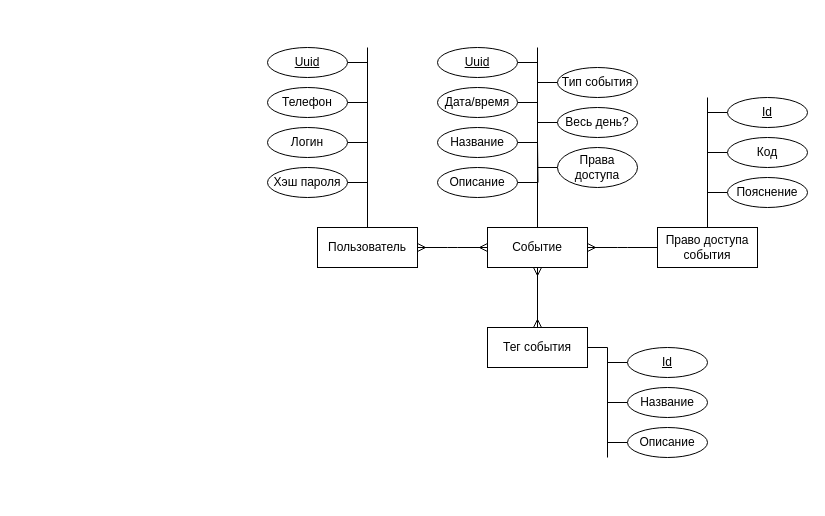
Earlier version of the draw.io diagram docs/diagrams/ER.drawio (AcidYurets/SD). Source tidied: cells renumbered, new cells numbered last; positions are measured from the earlier drawing's top-left corner, leaving out a move shared by most shapes. Both pictures are drawn from the tidied source at 100%, with x=0, y=0 at pixel (267, 47).
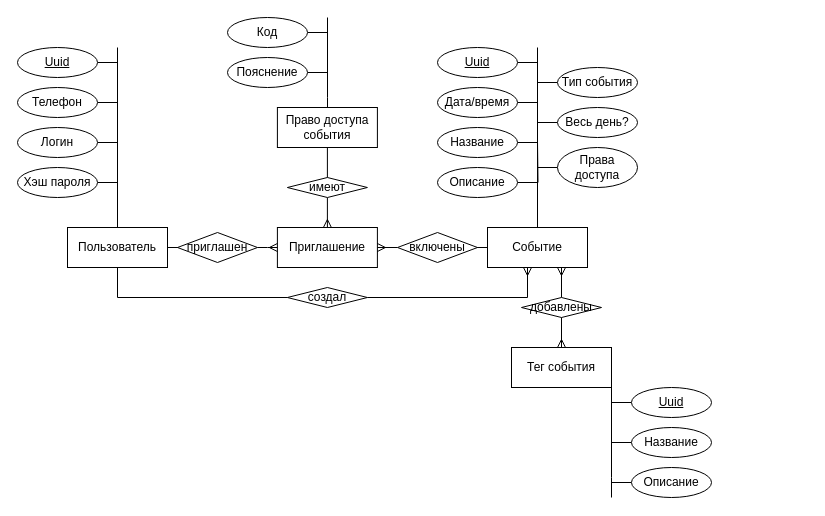
The same page after the edit.

Unchanged cells that the change refers to:
```xml
<mxCell id="5" value="Событие" style="whiteSpace=wrap;html=1;align=center;" parent="1" vertex="1">
  <mxGeometry x="220" y="180" width="100" height="40" as="geometry" />
</mxCell>
```

Diff of the diagram source:
```diff
@@
     <mxCell id="2" style="edgeStyle=orthogonalEdgeStyle;rounded=0;jettySize=auto;html=1;endArrow=none;endFill=0;" parent="1" edge="1" source="3">
       <mxGeometry relative="1" as="geometry">
-        <mxPoint x="100" as="targetPoint" />
+        <mxPoint x="-150" as="targetPoint" />
       </mxGeometry>
     </mxCell>
     <mxCell id="3" value="Пользователь" style="whiteSpace=wrap;html=1;align=center;" parent="1" vertex="1">
-      <mxGeometry x="50" y="180" width="100" height="40" as="geometry" />
+      <mxGeometry x="-200" y="180" width="100" height="40" as="geometry" />
     </mxCell>
@@
-    <mxCell id="6" style="edgeStyle=orthogonalEdgeStyle;rounded=0;jettySize=auto;html=1;endArrow=none;endFill=0;" parent="1" edge="1" source="7">
+    <mxCell id="6" style="edgeStyle=orthogonalEdgeStyle;rounded=0;orthogonalLoop=1;jettySize=auto;html=1;endArrow=none;endFill=0;" parent="1" edge="1">
       <mxGeometry relative="1" as="geometry">
-        <mxPoint x="440" y="50" as="targetPoint" />
+        <mxPoint x="60" y="60" as="sourcePoint" />
+        <mxPoint x="60" y="-30" as="targetPoint" />
+        <Array as="points">
+          <mxPoint x="60" y="50" />
+          <mxPoint x="60" y="50" />
+        </Array>
       </mxGeometry>
     </mxCell>
     <mxCell id="7" value="Право доступа события" style="whiteSpace=wrap;html=1;align=center;" parent="1" vertex="1">
-      <mxGeometry x="390" y="180" width="100" height="40" as="geometry" />
+      <mxGeometry x="9.9" y="60" width="100" height="40" as="geometry" />
     </mxCell>
-    <mxCell id="8" style="edgeStyle=entityRelationEdgeStyle;fontSize=12;html=1;endArrow=ERmany;rounded=0;" parent="1" edge="1" source="7" target="5">
+    <mxCell id="8" style="edgeStyle=orthogonalEdgeStyle;fontSize=12;html=1;endArrow=ERmany;rounded=0;startArrow=none;" parent="1" edge="1" source="59" target="47">
       <mxGeometry relative="1" as="geometry" />
     </mxCell>
     <mxCell id="9" style="edgeStyle=orthogonalEdgeStyle;rounded=0;jettySize=auto;html=1;endArrow=none;endFill=0;" parent="1" edge="1" source="10">
       <mxGeometry relative="1" as="geometry">
-        <mxPoint x="340" y="410" as="targetPoint" />
+        <mxPoint x="344" y="450" as="targetPoint" />
         <Array as="points">
-          <mxPoint x="340" y="300" />
-          <mxPoint x="340" y="410" />
+          <mxPoint x="344" y="430" />
         </Array>
       </mxGeometry>
     </mxCell>
     <mxCell id="10" value="Тег события" style="whiteSpace=wrap;html=1;align=center;" parent="1" vertex="1">
-      <mxGeometry x="220" y="280" width="100" height="40" as="geometry" />
+      <mxGeometry x="244" y="300" width="100" height="40" as="geometry" />
     </mxCell>
-    <mxCell id="11" style="fontSize=12;html=1;endArrow=ERmany;startArrow=ERmany;rounded=0;edgeStyle=orthogonalEdgeStyle;" parent="1" edge="1" source="10" target="5">
-      <mxGeometry relative="1" as="geometry" />
+    <mxCell id="11" style="fontSize=12;html=1;endArrow=ERmany;startArrow=none;rounded=0;edgeStyle=orthogonalEdgeStyle;" parent="1" edge="1" source="57" target="5">
+      <mxGeometry relative="1" as="geometry">
+        <Array as="points">
+          <mxPoint x="290" y="260" />
+          <mxPoint x="290" y="260" />
+        </Array>
+      </mxGeometry>
     </mxCell>
     <mxCell id="12" style="edgeStyle=orthogonalEdgeStyle;rounded=0;jettySize=auto;html=1;endArrow=none;endFill=0;" parent="1" edge="1" source="13">
       <mxGeometry relative="1" as="geometry">
-        <mxPoint x="100" y="55" as="targetPoint" />
+        <mxPoint x="-150" y="55" as="targetPoint" />
       </mxGeometry>
     </mxCell>
     <mxCell id="13" value="Телефон" style="ellipse;whiteSpace=wrap;html=1;align=center;" parent="1" vertex="1">
-      <mxGeometry y="40" width="80" height="30" as="geometry" />
+      <mxGeometry x="-250" y="40" width="80" height="30" as="geometry" />
     </mxCell>
     <mxCell id="14" style="edgeStyle=orthogonalEdgeStyle;rounded=0;jettySize=auto;html=1;endArrow=none;endFill=0;" parent="1" edge="1" source="15">
       <mxGeometry relative="1" as="geometry">
-        <mxPoint x="100" y="15" as="targetPoint" />
+        <mxPoint x="-150" y="15" as="targetPoint" />
       </mxGeometry>
     </mxCell>
     <mxCell id="15" value="Uuid" style="ellipse;whiteSpace=wrap;html=1;align=center;fontStyle=4;" parent="1" vertex="1">
-      <mxGeometry width="80" height="30" as="geometry" />
+      <mxGeometry x="-250" width="80" height="30" as="geometry" />
     </mxCell>
     <mxCell id="16" style="edgeStyle=orthogonalEdgeStyle;rounded=0;jettySize=auto;html=1;endArrow=none;endFill=0;" parent="1" edge="1" source="17">
       <mxGeometry relative="1" as="geometry">
-        <mxPoint x="100" y="95" as="targetPoint" />
+        <mxPoint x="-150" y="95" as="targetPoint" />
       </mxGeometry>
     </mxCell>
     <mxCell id="17" value="Логин" style="ellipse;whiteSpace=wrap;html=1;align=center;" parent="1" vertex="1">
-      <mxGeometry y="80" width="80" height="30" as="geometry" />
+      <mxGeometry x="-250" y="80" width="80" height="30" as="geometry" />
     </mxCell>
     <mxCell id="18" style="edgeStyle=orthogonalEdgeStyle;rounded=0;jettySize=auto;html=1;endArrow=none;endFill=0;" parent="1" edge="1" source="19">
       <mxGeometry relative="1" as="geometry">
-        <mxPoint x="100" y="140" as="targetPoint" />
+        <mxPoint x="-150" y="140" as="targetPoint" />
       </mxGeometry>
     </mxCell>
     <mxCell id="19" value="Хэш пароля" style="ellipse;whiteSpace=wrap;html=1;align=center;" parent="1" vertex="1">
-      <mxGeometry y="120" width="80" height="30" as="geometry" />
+      <mxGeometry x="-250" y="120" width="80" height="30" as="geometry" />
     </mxCell>
@@
-    <mxCell id="32" style="edgeStyle=orthogonalEdgeStyle;rounded=0;jettySize=auto;html=1;endArrow=none;endFill=0;" parent="1" edge="1" source="33">
-      <mxGeometry relative="1" as="geometry">
-        <mxPoint x="440" y="65" as="targetPoint" />
-      </mxGeometry>
-    </mxCell>
-    <mxCell id="33" value="Id" style="ellipse;whiteSpace=wrap;html=1;align=center;fontStyle=4;" parent="1" vertex="1">
-      <mxGeometry x="460" y="50" width="80" height="30" as="geometry" />
-    </mxCell>
     <mxCell id="34" style="edgeStyle=orthogonalEdgeStyle;rounded=0;jettySize=auto;html=1;endArrow=none;endFill=0;" parent="1" edge="1" source="35">
       <mxGeometry relative="1" as="geometry">
-        <mxPoint x="440" y="105" as="targetPoint" />
+        <mxPoint x="60" y="-15" as="targetPoint" />
       </mxGeometry>
     </mxCell>
     <mxCell id="35" value="Код" style="ellipse;whiteSpace=wrap;html=1;align=center;" parent="1" vertex="1">
-      <mxGeometry x="460" y="90" width="80" height="30" as="geometry" />
+      <mxGeometry x="-40" y="-30" width="80" height="30" as="geometry" />
     </mxCell>
     <mxCell id="36" style="edgeStyle=orthogonalEdgeStyle;rounded=0;jettySize=auto;html=1;endArrow=none;endFill=0;" parent="1" edge="1" source="37">
       <mxGeometry relative="1" as="geometry">
-        <mxPoint x="440" y="145" as="targetPoint" />
+        <mxPoint x="60" y="30" as="targetPoint" />
       </mxGeometry>
     </mxCell>
     <mxCell id="37" value="Пояснение" style="ellipse;whiteSpace=wrap;html=1;align=center;" parent="1" vertex="1">
-      <mxGeometry x="460" y="130" width="80" height="30" as="geometry" />
+      <mxGeometry x="-40" y="10" width="80" height="30" as="geometry" />
     </mxCell>
-    <mxCell id="38" style="edgeStyle=entityRelationEdgeStyle;fontSize=12;html=1;endArrow=ERmany;startArrow=ERmany;rounded=0;" parent="1" edge="1" source="3" target="5">
-      <mxGeometry relative="1" as="geometry" />
-    </mxCell>
@@
     <mxCell id="41" style="edgeStyle=orthogonalEdgeStyle;rounded=0;jettySize=auto;html=1;endArrow=none;endFill=0;" parent="1" edge="1" source="42">
       <mxGeometry relative="1" as="geometry">
-        <mxPoint x="340" y="315" as="targetPoint" />
+        <mxPoint x="344" y="355" as="targetPoint" />
       </mxGeometry>
     </mxCell>
-    <mxCell id="42" value="Id" style="ellipse;whiteSpace=wrap;html=1;align=center;fontStyle=4;" parent="1" vertex="1">
-      <mxGeometry x="360" y="300" width="80" height="30" as="geometry" />
+    <mxCell id="42" value="Uuid" style="ellipse;whiteSpace=wrap;html=1;align=center;fontStyle=4;" parent="1" vertex="1">
+      <mxGeometry x="364" y="340" width="80" height="30" as="geometry" />
     </mxCell>
     <mxCell id="43" style="edgeStyle=orthogonalEdgeStyle;rounded=0;jettySize=auto;html=1;endArrow=none;endFill=0;" parent="1" edge="1" source="44">
       <mxGeometry relative="1" as="geometry">
-        <mxPoint x="340" y="355" as="targetPoint" />
+        <mxPoint x="344" y="395" as="targetPoint" />
       </mxGeometry>
     </mxCell>
     <mxCell id="44" value="Название" style="ellipse;whiteSpace=wrap;html=1;align=center;" parent="1" vertex="1">
-      <mxGeometry x="360" y="340" width="80" height="30" as="geometry" />
+      <mxGeometry x="364" y="380" width="80" height="30" as="geometry" />
     </mxCell>
     <mxCell id="45" style="edgeStyle=orthogonalEdgeStyle;rounded=0;jettySize=auto;html=1;endArrow=none;endFill=0;" parent="1" edge="1" source="46">
       <mxGeometry relative="1" as="geometry">
-        <mxPoint x="340" y="395" as="targetPoint" />
+        <mxPoint x="344" y="435" as="targetPoint" />
       </mxGeometry>
     </mxCell>
     <mxCell id="46" value="Описание" style="ellipse;whiteSpace=wrap;html=1;align=center;" parent="1" vertex="1">
-      <mxGeometry x="360" y="380" width="80" height="30" as="geometry" />
+      <mxGeometry x="364" y="420" width="80" height="30" as="geometry" />
     </mxCell>
+    <mxCell id="47" value="Приглашение" style="whiteSpace=wrap;html=1;align=center;" parent="1" vertex="1">
+      <mxGeometry x="9.9" y="180" width="100" height="40" as="geometry" />
+    </mxCell>
+    <mxCell id="48" style="edgeStyle=orthogonalEdgeStyle;fontSize=12;html=1;endArrow=ERmany;rounded=0;startArrow=none;" parent="1" edge="1" source="53" target="47">
+      <mxGeometry relative="1" as="geometry" />
+    </mxCell>
+    <mxCell id="49" style="edgeStyle=orthogonalEdgeStyle;fontSize=12;html=1;endArrow=ERmany;rounded=0;startArrow=none;" parent="1" edge="1" source="51" target="47">
+      <mxGeometry relative="1" as="geometry" />
+    </mxCell>
+    <mxCell id="50" style="edgeStyle=orthogonalEdgeStyle;fontSize=12;html=1;endArrow=ERmany;rounded=0;startArrow=none;" parent="1" edge="1" source="55" target="5">
+      <mxGeometry relative="1" as="geometry">
+        <Array as="points">
+          <mxPoint x="260" y="250" />
+        </Array>
+      </mxGeometry>
+    </mxCell>
+    <mxCell id="51" value="приглашен" style="shape=rhombus;perimeter=rhombusPerimeter;whiteSpace=wrap;html=1;align=center;" parent="1" vertex="1">
+      <mxGeometry x="-90" y="185" width="80" height="30" as="geometry" />
+    </mxCell>
+    <mxCell id="52" style="edgeStyle=orthogonalEdgeStyle;fontSize=12;html=1;endArrow=none;rounded=0;" parent="1" edge="1" source="3" target="51">
+      <mxGeometry relative="1" as="geometry" />
+    </mxCell>
+    <mxCell id="53" value="включены" style="shape=rhombus;perimeter=rhombusPerimeter;whiteSpace=wrap;html=1;align=center;" parent="1" vertex="1">
+      <mxGeometry x="130" y="185" width="80" height="30" as="geometry" />
+    </mxCell>
+    <mxCell id="54" style="edgeStyle=orthogonalEdgeStyle;fontSize=12;html=1;endArrow=none;rounded=0;" parent="1" edge="1" source="5" target="53">
+      <mxGeometry relative="1" as="geometry" />
+    </mxCell>
+    <mxCell id="55" value="создал" style="shape=rhombus;perimeter=rhombusPerimeter;whiteSpace=wrap;html=1;align=center;" parent="1" vertex="1">
+      <mxGeometry x="19.9" y="240" width="80" height="20" as="geometry" />
+    </mxCell>
+    <mxCell id="56" style="edgeStyle=orthogonalEdgeStyle;fontSize=12;html=1;endArrow=none;rounded=0;" parent="1" edge="1" source="3" target="55">
+      <mxGeometry relative="1" as="geometry">
+        <Array as="points">
+          <mxPoint x="-150" y="250" />
+        </Array>
+      </mxGeometry>
+    </mxCell>
+    <mxCell id="57" value="добавлены" style="shape=rhombus;perimeter=rhombusPerimeter;whiteSpace=wrap;html=1;align=center;" parent="1" vertex="1">
+      <mxGeometry x="254" y="250" width="80" height="20" as="geometry" />
+    </mxCell>
+    <mxCell id="58" style="fontSize=12;html=1;endArrow=none;startArrow=ERmany;rounded=0;edgeStyle=orthogonalEdgeStyle;" parent="1" edge="1" source="10" target="57">
+      <mxGeometry relative="1" as="geometry">
+        <Array as="points">
+          <mxPoint x="290" y="320" />
+          <mxPoint x="290" y="320" />
+        </Array>
+      </mxGeometry>
+    </mxCell>
+    <mxCell id="59" value="имеют" style="shape=rhombus;perimeter=rhombusPerimeter;whiteSpace=wrap;html=1;align=center;" parent="1" vertex="1">
+      <mxGeometry x="19.9" y="130" width="80" height="20" as="geometry" />
+    </mxCell>
+    <mxCell id="60" style="edgeStyle=orthogonalEdgeStyle;fontSize=12;html=1;endArrow=none;rounded=0;" parent="1" edge="1" source="7" target="59">
+      <mxGeometry relative="1" as="geometry" />
+    </mxCell>
```
